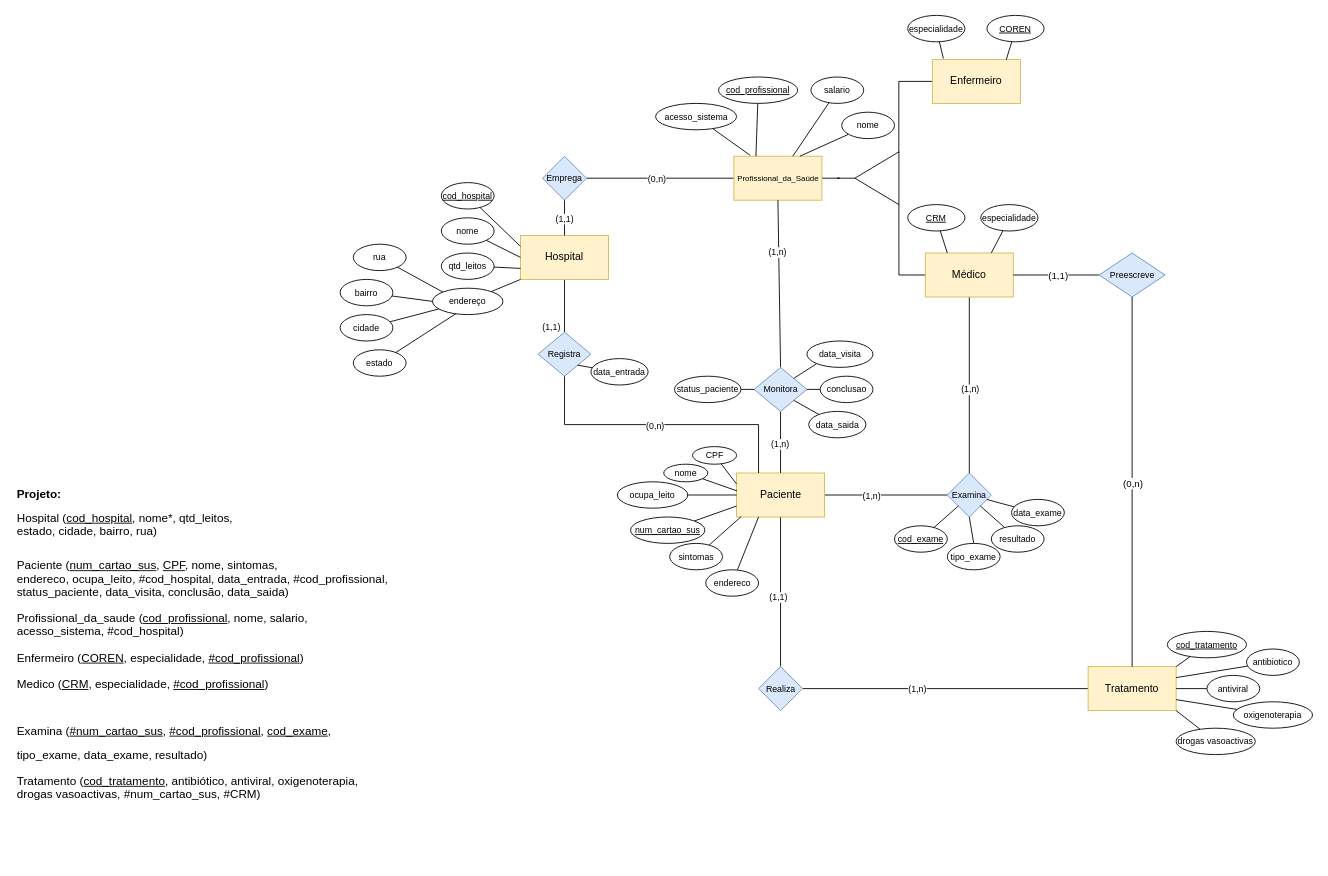
The draw.io diagram Projeto Milestones 1 e 2 – Observatório da SARS – COV-2.drawio in renanreyc/projeto-banco-de-dados-relacional, before the edit. Source tidied: cells renumbered, new cells numbered last; positions are measured from the earlier drawing's top-left corner, leaving out a move shared by most shapes. Both pictures are drawn from the tidied source at 88%, with x=0, y=0 at pixel (14, 15).
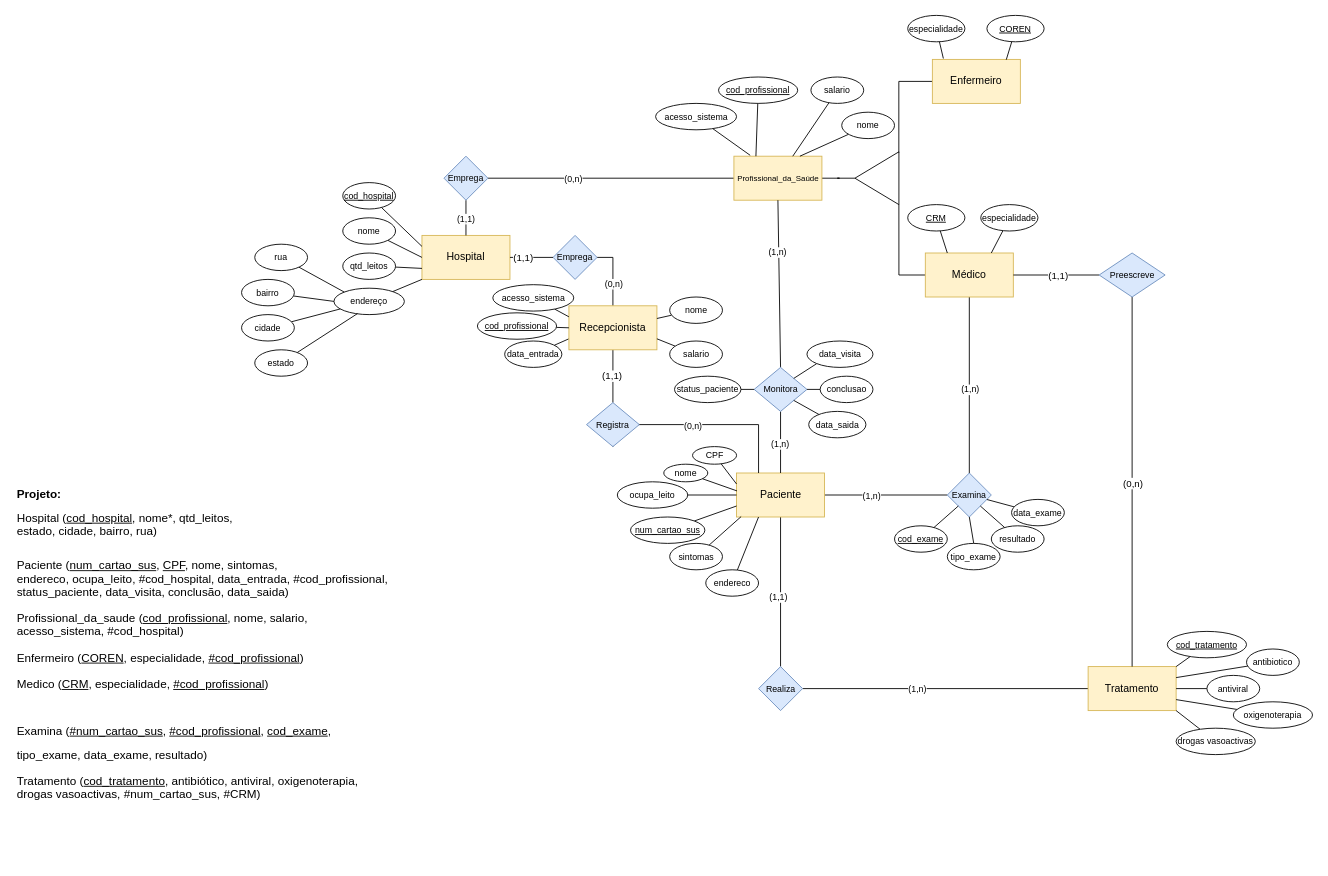
After the change.

Unchanged cells that the change refers to:
```xml
<mxCell id="15" value="Paciente" style="rounded=0;whiteSpace=wrap;html=1;fillColor=#fff2cc;strokeColor=#d6b656;" parent="1" vertex="1">
  <mxGeometry x="820.5" y="520" width="100" height="50" as="geometry" />
</mxCell>
```

The edit, as a diff of the source:
```diff
@@
-    <mxCell id="2" style="edgeStyle=orthogonalEdgeStyle;rounded=0;jettySize=auto;html=1;entryX=0.5;entryY=0;entryDx=0;entryDy=0;fontSize=10;endArrow=none;endFill=0;" parent="1" edge="1" source="4" target="81">
+    <mxCell id="2" style="edgeStyle=orthogonalEdgeStyle;rounded=0;jettySize=auto;html=1;entryX=0.5;entryY=0;entryDx=0;entryDy=0;fontSize=10;endArrow=none;endFill=0;startArrow=none;" parent="1" edge="1" source="120" target="119">
       <mxGeometry relative="1" as="geometry">
         <Array as="points">
-          <mxPoint x="625" y="275" />
+          <mxPoint x="680" y="275" />
         </Array>
       </mxGeometry>
     </mxCell>
-    <mxCell id="3" value="(1,1)" style="edgeLabel;html=1;align=center;verticalAlign=middle;fontSize=10;" parent="2" vertex="1">
+    <mxCell id="3" value="(0,n)" style="edgeLabel;html=1;align=center;verticalAlign=middle;fontSize=10;" parent="2" vertex="1">
       <mxGeometry x="0.77" y="1" relative="1" as="geometry">
-        <mxPoint x="-17" as="offset" />
+        <mxPoint x="-1" y="-18" as="offset" />
       </mxGeometry>
     </mxCell>
     <mxCell id="4" value="Hospital" style="rounded=0;whiteSpace=wrap;html=1;fillColor=#fff2cc;strokeColor=#d6b656;" parent="1" vertex="1">
-      <mxGeometry x="575" y="250" width="100" height="50" as="geometry" />
+      <mxGeometry x="463" y="250" width="100" height="50" as="geometry" />
     </mxCell>
@@
     <mxCell id="6" value="&lt;font style=&quot;font-size: 10px;&quot;&gt;nome&lt;/font&gt;" style="ellipse;whiteSpace=wrap;html=1;fontSize=10;" parent="1" vertex="1">
-      <mxGeometry x="485" y="230" width="60" height="30" as="geometry" />
+      <mxGeometry x="373" y="230" width="60" height="30" as="geometry" />
     </mxCell>
@@
     <mxCell id="8" value="&lt;u style=&quot;font-size: 10px;&quot;&gt;&lt;font style=&quot;font-size: 10px;&quot;&gt;cod_hospital&lt;/font&gt;&lt;/u&gt;" style="ellipse;whiteSpace=wrap;html=1;fontSize=10;" parent="1" vertex="1">
-      <mxGeometry x="485" y="190" width="60" height="30" as="geometry" />
+      <mxGeometry x="373" y="190" width="60" height="30" as="geometry" />
     </mxCell>
@@
     <mxCell id="10" value="&lt;font style=&quot;font-size: 10px;&quot;&gt;qtd_leitos&lt;/font&gt;" style="ellipse;whiteSpace=wrap;html=1;fontSize=10;" parent="1" vertex="1">
-      <mxGeometry x="485" y="270" width="60" height="30" as="geometry" />
+      <mxGeometry x="373" y="270" width="60" height="30" as="geometry" />
     </mxCell>
@@
     <mxCell id="26" value="Emprega" style="rhombus;whiteSpace=wrap;html=1;fontSize=10;fillColor=#dae8fc;strokeColor=#6c8ebf;" parent="1" vertex="1">
-      <mxGeometry x="600" y="160" width="50" height="50" as="geometry" />
+      <mxGeometry x="488" y="160" width="50" height="50" as="geometry" />
     </mxCell>
@@
     <mxCell id="80" style="edgeStyle=orthogonalEdgeStyle;rounded=0;jettySize=auto;html=1;entryX=0.25;entryY=0;entryDx=0;entryDy=0;fontSize=10;endArrow=none;endFill=0;exitX=0.5;exitY=1;exitDx=0;exitDy=0;" parent="1" edge="1" source="81" target="15">
       <mxGeometry relative="1" as="geometry">
         <Array as="points">
-          <mxPoint x="625" y="465" />
-          <mxPoint x="845" y="465" />
-          <mxPoint x="845" y="520" />
+          <mxPoint x="680" y="465" />
+          <mxPoint x="846" y="465" />
         </Array>
       </mxGeometry>
     </mxCell>
+    <mxCell id="117" style="edgeStyle=orthogonalEdgeStyle;rounded=0;jettySize=auto;html=1;entryX=0.5;entryY=1;entryDx=0;entryDy=0;endArrow=none;endFill=0;" parent="1" edge="1" source="81" target="119">
+      <mxGeometry relative="1" as="geometry" />
+    </mxCell>
     <mxCell id="81" value="Registra" style="rhombus;whiteSpace=wrap;html=1;fontSize=10;fillColor=#dae8fc;strokeColor=#6c8ebf;" parent="1" vertex="1">
-      <mxGeometry x="595" y="360" width="60" height="50" as="geometry" />
+      <mxGeometry x="650" y="440" width="60" height="50" as="geometry" />
     </mxCell>
-    <mxCell id="82" style="rounded=0;jettySize=auto;html=1;entryX=1;entryY=1;entryDx=0;entryDy=0;endArrow=none;endFill=0;" parent="1" edge="1" source="83" target="81">
-      <mxGeometry relative="1" as="geometry" />
-    </mxCell>
+    <mxCell id="118" style="edgeStyle=none;rounded=0;jettySize=auto;html=1;entryX=0;entryY=0.75;entryDx=0;entryDy=0;endArrow=none;endFill=0;" parent="1" edge="1" source="83" target="119">
+      <mxGeometry relative="1" as="geometry" />
+    </mxCell>
     <mxCell id="83" value="&lt;span style=&quot;font-size: 10px&quot;&gt;data_entrada&lt;/span&gt;" style="ellipse;whiteSpace=wrap;html=1;fontSize=10;" parent="1" vertex="1">
-      <mxGeometry x="655" y="390" width="65" height="30" as="geometry" />
+      <mxGeometry x="557" y="370" width="65" height="30" as="geometry" />
     </mxCell>
@@
     <mxCell id="96" value="(0,n)" style="edgeLabel;html=1;align=center;verticalAlign=middle;fontSize=10;" parent="1" vertex="1">
-      <mxGeometry x="787.8" y="489" as="geometry">
+      <mxGeometry x="830" y="490" as="geometry">
         <mxPoint x="-60" y="-24" as="offset" />
       </mxGeometry>
     </mxCell>
@@
     <mxCell id="98" style="edgeStyle=none;rounded=0;jettySize=auto;html=1;fontSize=10;endArrow=none;endFill=0;" parent="1" edge="1" source="99">
       <mxGeometry relative="1" as="geometry">
-        <mxPoint x="575" y="300" as="targetPoint" />
+        <mxPoint x="463" y="300" as="targetPoint" />
       </mxGeometry>
     </mxCell>
     <mxCell id="99" value="&lt;font style=&quot;font-size: 10px&quot;&gt;endereço&lt;/font&gt;" style="ellipse;whiteSpace=wrap;html=1;fontSize=10;" parent="1" vertex="1">
-      <mxGeometry x="475" y="310" width="80" height="30" as="geometry" />
+      <mxGeometry x="363" y="310" width="80" height="30" as="geometry" />
     </mxCell>
@@
     <mxCell id="106" value="&lt;font style=&quot;font-size: 10px&quot;&gt;bairro&lt;/font&gt;" style="ellipse;whiteSpace=wrap;html=1;fontSize=10;" parent="1" vertex="1">
-      <mxGeometry x="370" y="300" width="60" height="30" as="geometry" />
+      <mxGeometry x="258" y="300" width="60" height="30" as="geometry" />
     </mxCell>
@@
     <mxCell id="108" value="&lt;span style=&quot;font-size: 10px&quot;&gt;&lt;font style=&quot;font-size: 10px&quot;&gt;rua&lt;/font&gt;&lt;/span&gt;" style="ellipse;whiteSpace=wrap;html=1;fontSize=10;" parent="1" vertex="1">
-      <mxGeometry x="385" y="260" width="60" height="30" as="geometry" />
+      <mxGeometry x="273" y="260" width="60" height="30" as="geometry" />
     </mxCell>
@@
     <mxCell id="110" value="&lt;font style=&quot;font-size: 10px&quot;&gt;cidade&lt;/font&gt;" style="ellipse;whiteSpace=wrap;html=1;fontSize=10;" parent="1" vertex="1">
-      <mxGeometry x="370" y="340" width="60" height="30" as="geometry" />
+      <mxGeometry x="258" y="340" width="60" height="30" as="geometry" />
     </mxCell>
@@
     <mxCell id="112" value="&lt;font style=&quot;font-size: 10px&quot;&gt;estado&lt;/font&gt;" style="ellipse;whiteSpace=wrap;html=1;fontSize=10;" parent="1" vertex="1">
-      <mxGeometry x="385" y="380" width="60" height="30" as="geometry" />
+      <mxGeometry x="273" y="380" width="60" height="30" as="geometry" />
     </mxCell>
@@
+    <mxCell id="119" value="Recepcionista" style="rounded=0;whiteSpace=wrap;html=1;fillColor=#fff2cc;strokeColor=#d6b656;" parent="1" vertex="1">
+      <mxGeometry x="630" y="330" width="100" height="50" as="geometry" />
+    </mxCell>
+    <mxCell id="120" value="Emprega" style="rhombus;whiteSpace=wrap;html=1;fontSize=10;fillColor=#dae8fc;strokeColor=#6c8ebf;" parent="1" vertex="1">
+      <mxGeometry x="612" y="250" width="50" height="50" as="geometry" />
+    </mxCell>
+    <mxCell id="121" style="edgeStyle=orthogonalEdgeStyle;rounded=0;jettySize=auto;html=1;entryX=0;entryY=0.5;entryDx=0;entryDy=0;fontSize=10;endArrow=none;endFill=0;" parent="1" edge="1" source="4" target="120">
+      <mxGeometry relative="1" as="geometry" />
+    </mxCell>
+    <mxCell id="122" value="(1,1)" style="edgeLabel;html=1;align=center;verticalAlign=middle;" parent="121" vertex="1">
+      <mxGeometry x="-0.86" relative="1" as="geometry">
+        <mxPoint x="11" as="offset" />
+      </mxGeometry>
+    </mxCell>
+    <mxCell id="123" value="(1,1)" style="edgeLabel;html=1;align=center;verticalAlign=middle;" parent="1" vertex="1">
+      <mxGeometry x="650" y="308" as="geometry">
+        <mxPoint x="28" y="101" as="offset" />
+      </mxGeometry>
+    </mxCell>
+    <mxCell id="124" style="edgeStyle=none;rounded=0;jettySize=auto;html=1;endArrow=none;endFill=0;" parent="1" edge="1" source="125" target="119">
+      <mxGeometry relative="1" as="geometry" />
+    </mxCell>
+    <mxCell id="125" value="&lt;font style=&quot;font-size: 10px&quot;&gt;nome&lt;/font&gt;" style="ellipse;whiteSpace=wrap;html=1;" parent="1" vertex="1">
+      <mxGeometry x="744.5" y="320" width="60" height="30" as="geometry" />
+    </mxCell>
+    <mxCell id="126" style="rounded=0;jettySize=auto;html=1;entryX=1;entryY=0.75;entryDx=0;entryDy=0;endArrow=none;endFill=0;" parent="1" edge="1" source="127" target="119">
+      <mxGeometry relative="1" as="geometry" />
+    </mxCell>
+    <mxCell id="127" value="&lt;font style=&quot;font-size: 10px&quot;&gt;salario&lt;/font&gt;" style="ellipse;whiteSpace=wrap;html=1;" parent="1" vertex="1">
+      <mxGeometry x="744.5" y="370" width="60" height="30" as="geometry" />
+    </mxCell>
+    <mxCell id="128" style="edgeStyle=none;rounded=0;jettySize=auto;html=1;entryX=0;entryY=0.5;entryDx=0;entryDy=0;endArrow=none;endFill=0;" parent="1" edge="1" source="129" target="119">
+      <mxGeometry relative="1" as="geometry" />
+    </mxCell>
+    <mxCell id="129" value="&lt;u&gt;&lt;font style=&quot;font-size: 10px&quot;&gt;cod_profissional&lt;/font&gt;&lt;/u&gt;" style="ellipse;whiteSpace=wrap;html=1;" parent="1" vertex="1">
+      <mxGeometry x="526" y="338" width="90" height="30" as="geometry" />
+    </mxCell>
+    <mxCell id="130" style="edgeStyle=none;rounded=0;jettySize=auto;html=1;entryX=0;entryY=0.25;entryDx=0;entryDy=0;endArrow=none;endFill=0;" parent="1" edge="1" source="131" target="119">
+      <mxGeometry relative="1" as="geometry" />
+    </mxCell>
+    <mxCell id="131" value="&lt;span style=&quot;font-size: 10px&quot;&gt;acesso_sistema&lt;/span&gt;" style="ellipse;whiteSpace=wrap;html=1;" parent="1" vertex="1">
+      <mxGeometry x="543.5" y="306" width="92" height="30" as="geometry" />
+    </mxCell>
+    <mxCell id="132" style="edgeStyle=orthogonalEdgeStyle;rounded=0;orthogonalLoop=1;jettySize=auto;html=1;exitX=0.5;exitY=1;exitDx=0;exitDy=0;" parent="1" edge="1" source="131" target="131">
+      <mxGeometry relative="1" as="geometry" />
+    </mxCell>
```
